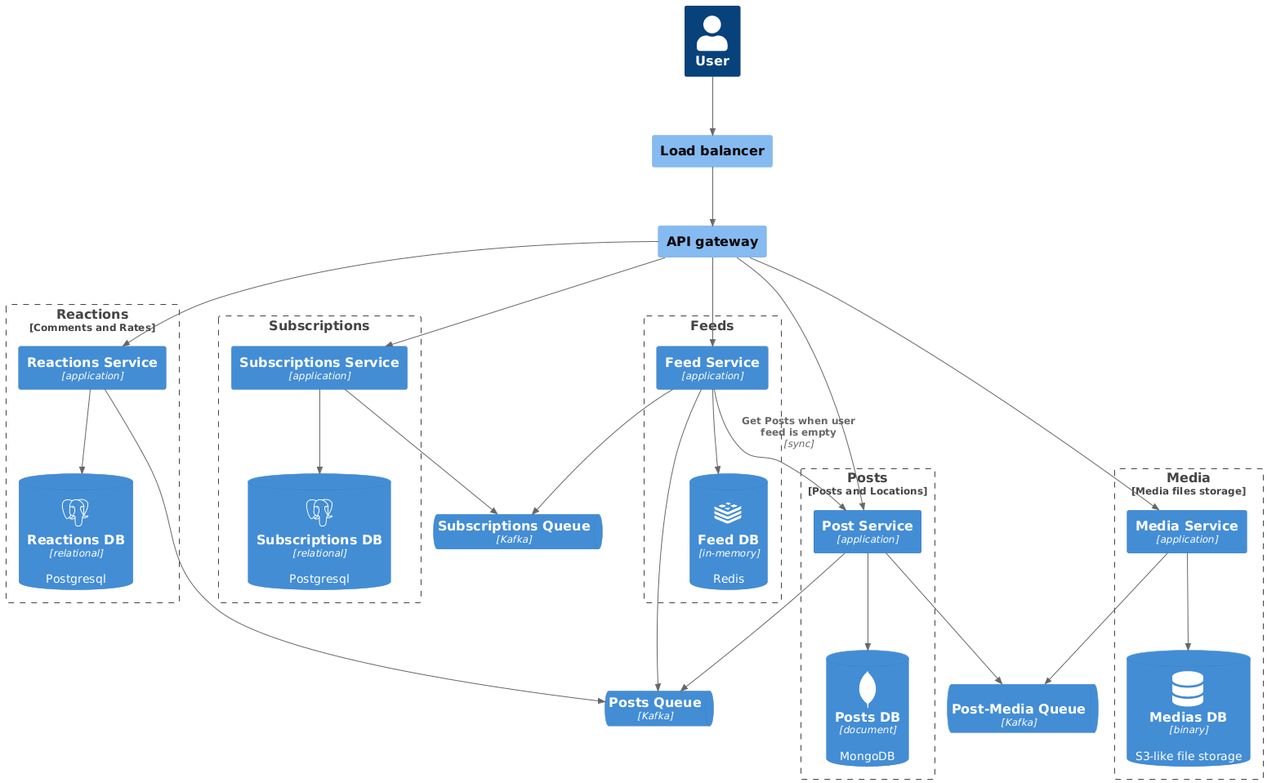
Above: puml/c4-l2.png in averkhoglyad/travel-net-system-design (PlantUML), before the change.
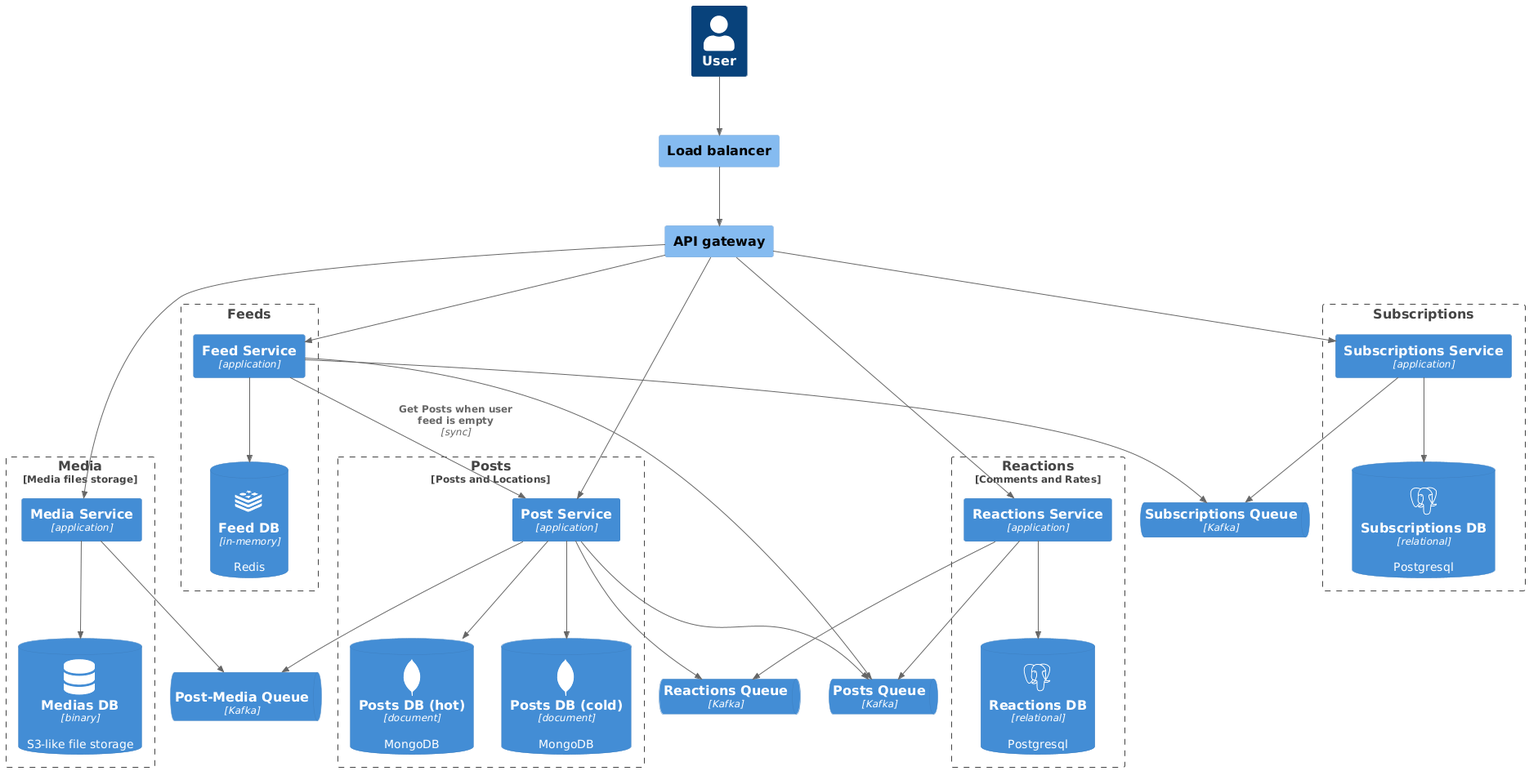
Above is the later version.

What changed in the source:
```diff
@@ -26,8 +26,10 @@
 
 Boundary(posts, "Posts", "Posts and Locations") {
     Container(post_service, 'Post Service', "application")
-    ContainerDb(posts_db, "Posts DB", "document", "MongoDB", $sprite="mongodb")
-    Rel(post_service, posts_db, "", "")
+    ContainerDb(posts_db_hot, "Posts DB (hot)", "document", "MongoDB", $sprite="mongodb")
+    ContainerDb(posts_db_cold, "Posts DB (cold)", "document", "MongoDB", $sprite="mongodb")
+    Rel(post_service, posts_db_hot, "", "")
+    Rel(post_service, posts_db_cold, "", "")
 }
 
 
@@ -55,7 +57,7 @@
 ContainerQueue(post_media_queue, "Post-Media Queue", "Kafka", $sprite='apachekafka')
 ContainerQueue(posts_queue, "Posts Queue", "Kafka")
 ContainerQueue(subscriptions_queue, "Subscriptions Queue", "Kafka")
-
+ContainerQueue(reactions_queue, "Reactions Queue", "Kafka")
 
 Rel(gateway, media_service, "", "")
 Rel(gateway, post_service, "", "")
@@ -67,6 +69,8 @@
 Rel(media_service, post_media_queue, "", "")
 Rel(reactions_service, posts_queue, "", "")
 Rel(post_service, posts_queue, "", "")
+Rel(reactions_service, reactions_queue, "", "")
+Rel(post_service, reactions_queue, "", "")
 
 Rel(subscriptions_service, subscriptions_queue, "", "")
 Rel(feed_service, subscriptions_queue, "", "")
```
